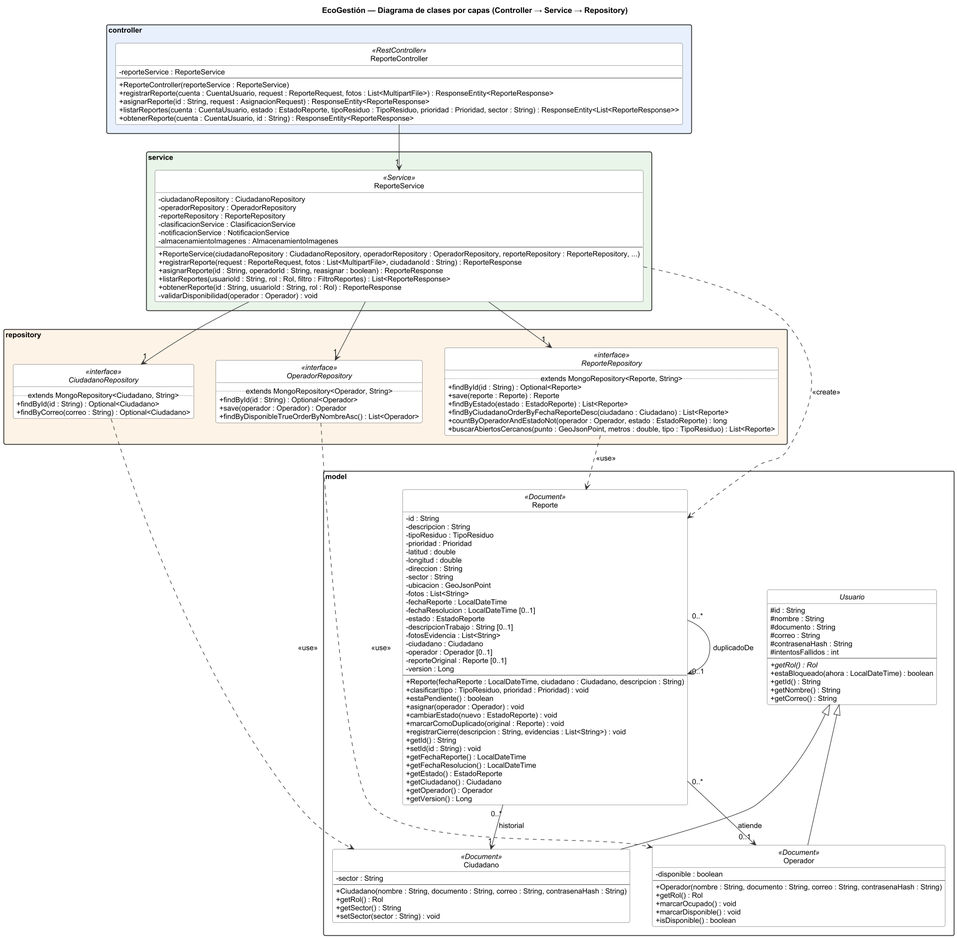
Before: docs/diagramas/04-vista-desarrollo.png, a diagram exported from PlantUML (samuelvallejo/trabajo-final-dise-o-de-software-diagramas).
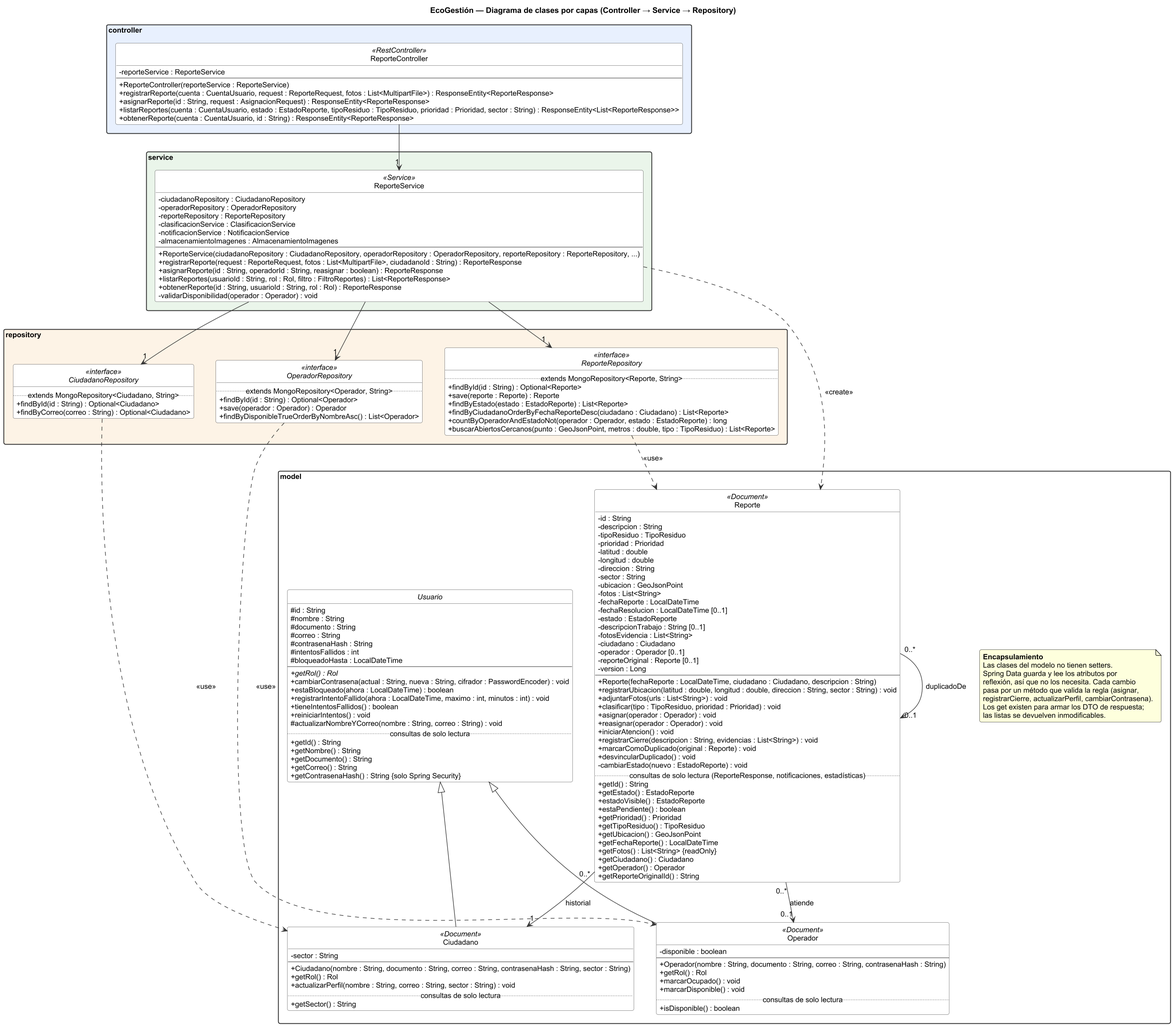
After the change.

The edit, as a diff of the source:
```diff
@@ -103,20 +103,29 @@
     - version : Long
     --
     + Reporte(fechaReporte : LocalDateTime, ciudadano : Ciudadano, descripcion : String)
+    + registrarUbicacion(latitud : double, longitud : double, direccion : String, sector : String) : void
+    + adjuntarFotos(urls : List<String>) : void
     + clasificar(tipo : TipoResiduo, prioridad : Prioridad) : void
+    + asignar(operador : Operador) : void
+    + reasignar(operador : Operador) : void
+    + iniciarAtencion() : void
+    + registrarCierre(descripcion : String, evidencias : List<String>) : void
+    + marcarComoDuplicado(original : Reporte) : void
+    + desvincularDuplicado() : void
+    - cambiarEstado(nuevo : EstadoReporte) : void
+    .. consultas de solo lectura (ReporteResponse, notificaciones, estadísticas) ..
+    + getId() : String
+    + getEstado() : EstadoReporte
+    + estadoVisible() : EstadoReporte
     + estaPendiente() : boolean
-    + asignar(operador : Operador) : void
-    + cambiarEstado(nuevo : EstadoReporte) : void
-    + marcarComoDuplicado(original : Reporte) : void
-    + registrarCierre(descripcion : String, evidencias : List<String>) : void
-    + getId() : String
-    + setId(id : String) : void
+    + getPrioridad() : Prioridad
+    + getTipoResiduo() : TipoResiduo
+    + getUbicacion() : GeoJsonPoint
     + getFechaReporte() : LocalDateTime
-    + getFechaResolucion() : LocalDateTime
-    + getEstado() : EstadoReporte
+    + getFotos() : List<String> {readOnly}
     + getCiudadano() : Ciudadano
     + getOperador() : Operador
-    + getVersion() : Long
+    + getReporteOriginalId() : String
   }
   abstract class Usuario {
     # id : String
@@ -125,20 +134,30 @@
     # correo : String
     # contrasenaHash : String
     # intentosFallidos : int
+    # bloqueadoHasta : LocalDateTime
     --
     + {abstract} getRol() : Rol
+    + cambiarContrasena(actual : String, nueva : String, cifrador : PasswordEncoder) : void
     + estaBloqueado(ahora : LocalDateTime) : boolean
+    + registrarIntentoFallido(ahora : LocalDateTime, maximo : int, minutos : int) : void
+    + tieneIntentosFallidos() : boolean
+    + reiniciarIntentos() : void
+    # actualizarNombreYCorreo(nombre : String, correo : String) : void
+    .. consultas de solo lectura ..
     + getId() : String
     + getNombre() : String
+    + getDocumento() : String
     + getCorreo() : String
+    + getContrasenaHash() : String {solo Spring Security}
   }
   class Ciudadano <<Document>> {
     - sector : String
     --
-    + Ciudadano(nombre : String, documento : String, correo : String, contrasenaHash : String)
+    + Ciudadano(nombre : String, documento : String, correo : String, contrasenaHash : String, sector : String)
     + getRol() : Rol
+    + actualizarPerfil(nombre : String, correo : String, sector : String) : void
+    .. consultas de solo lectura ..
     + getSector() : String
-    + setSector(sector : String) : void
   }
   class Operador <<Document>> {
     - disponible : boolean
@@ -147,8 +166,19 @@
     + getRol() : Rol
     + marcarOcupado() : void
     + marcarDisponible() : void
+    .. consultas de solo lectura ..
     + isDisponible() : boolean
   }
+  note as Encapsulamiento
+    <b>Encapsulamiento</b>
+    Las clases del modelo no tienen setters.
+    Spring Data guarda y lee los atributos por
+    reflexión, así que no los necesita. Cada cambio
+    pasa por un método que valida la regla (asignar,
+    registrarCierre, actualizarPerfil, cambiarContrasena).
+    Los get existen para armar los DTO de respuesta;
+    las listas se devuelven inmodificables.
+  end note
 }
 
 ReporteController --> "1" ReporteService
```
